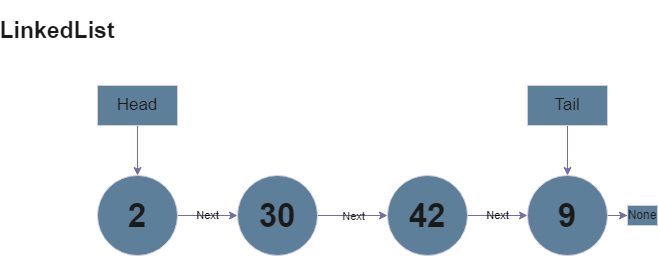
The draw.io diagram structures/linked_list.drawio.png in Burakherdogan/data_structures_and_algorithms, before a commit. Source tidied: cells renumbered, new cells last; positions are measured from the earlier drawing's top-left corner, leaving out a move shared by most shapes.
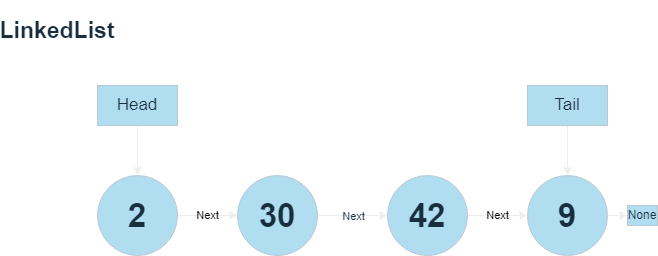
The same diagram one commit later.

What changed in the source:
```diff
@@ -2,49 +2,49 @@
   <root>
     <mxCell id="0" />
     <mxCell id="1" parent="0" />
-    <mxCell id="2" value="Next" style="edgeStyle=orthogonalEdgeStyle;rounded=0;jettySize=auto;html=1;labelBackgroundColor=none;fontColor=default;strokeColor=#736CA8;" parent="1" edge="1" source="3" target="6">
+    <mxCell id="2" value="Next" style="edgeStyle=orthogonalEdgeStyle;rounded=0;jettySize=auto;html=1;labelBackgroundColor=none;fontColor=default;strokeColor=#EEEEEE;" parent="1" edge="1" source="3" target="6">
       <mxGeometry relative="1" as="geometry" />
     </mxCell>
-    <mxCell id="3" value="&lt;b&gt;&lt;font style=&quot;font-size: 33px;&quot;&gt;2&lt;/font&gt;&lt;/b&gt;" style="ellipse;whiteSpace=wrap;html=1;labelBackgroundColor=none;fillColor=#5D7F99;strokeColor=#D0CEE2;fontColor=#1A1A1A;" parent="1" vertex="1">
+    <mxCell id="3" value="&lt;b&gt;&lt;font style=&quot;font-size: 33px;&quot;&gt;2&lt;/font&gt;&lt;/b&gt;" style="ellipse;whiteSpace=wrap;html=1;labelBackgroundColor=none;fillColor=#B1DDF0;strokeColor=#BAC8D3;fontColor=#182E3E;" parent="1" vertex="1">
       <mxGeometry x="70" y="160" width="80" height="80" as="geometry" />
     </mxCell>
-    <mxCell id="4" style="edgeStyle=orthogonalEdgeStyle;rounded=0;jettySize=auto;html=1;labelBackgroundColor=none;fontColor=default;strokeColor=#736CA8;" parent="1" edge="1" source="6" target="8">
+    <mxCell id="4" style="edgeStyle=orthogonalEdgeStyle;rounded=0;jettySize=auto;html=1;labelBackgroundColor=none;fontColor=default;strokeColor=#EEEEEE;" parent="1" edge="1" source="6" target="8">
       <mxGeometry relative="1" as="geometry" />
     </mxCell>
-    <mxCell id="5" value="Next" style="edgeLabel;html=1;align=center;verticalAlign=middle;labelBackgroundColor=none;fontColor=#1A1A1A;" parent="4" vertex="1">
+    <mxCell id="5" value="Next" style="edgeLabel;html=1;align=center;verticalAlign=middle;labelBackgroundColor=none;fontColor=#182E3E;" parent="4" vertex="1">
       <mxGeometry relative="1" as="geometry" />
     </mxCell>
-    <mxCell id="6" value="&lt;b&gt;&lt;font style=&quot;font-size: 33px;&quot;&gt;30&lt;/font&gt;&lt;/b&gt;" style="ellipse;whiteSpace=wrap;html=1;labelBackgroundColor=none;fillColor=#5D7F99;strokeColor=#D0CEE2;fontColor=#1A1A1A;" parent="1" vertex="1">
+    <mxCell id="6" value="&lt;b&gt;&lt;font style=&quot;font-size: 33px;&quot;&gt;30&lt;/font&gt;&lt;/b&gt;" style="ellipse;whiteSpace=wrap;html=1;labelBackgroundColor=none;fillColor=#B1DDF0;strokeColor=#BAC8D3;fontColor=#182E3E;" parent="1" vertex="1">
       <mxGeometry x="210" y="160" width="80" height="80" as="geometry" />
     </mxCell>
-    <mxCell id="7" value="Next" style="edgeStyle=orthogonalEdgeStyle;rounded=0;jettySize=auto;html=1;labelBackgroundColor=none;fontColor=default;strokeColor=#736CA8;" parent="1" edge="1" source="8" target="10">
+    <mxCell id="7" value="Next" style="edgeStyle=orthogonalEdgeStyle;rounded=0;jettySize=auto;html=1;labelBackgroundColor=none;fontColor=default;strokeColor=#EEEEEE;" parent="1" edge="1" source="8" target="10">
       <mxGeometry relative="1" as="geometry" />
     </mxCell>
-    <mxCell id="8" value="&lt;b&gt;&lt;font style=&quot;font-size: 33px;&quot;&gt;42&lt;/font&gt;&lt;/b&gt;" style="ellipse;whiteSpace=wrap;html=1;labelBackgroundColor=none;fillColor=#5D7F99;strokeColor=#D0CEE2;fontColor=#1A1A1A;" parent="1" vertex="1">
+    <mxCell id="8" value="&lt;b&gt;&lt;font style=&quot;font-size: 33px;&quot;&gt;42&lt;/font&gt;&lt;/b&gt;" style="ellipse;whiteSpace=wrap;html=1;labelBackgroundColor=none;fillColor=#B1DDF0;strokeColor=#BAC8D3;fontColor=#182E3E;" parent="1" vertex="1">
       <mxGeometry x="360" y="160" width="80" height="80" as="geometry" />
     </mxCell>
-    <mxCell id="9" style="edgeStyle=orthogonalEdgeStyle;rounded=0;jettySize=auto;html=1;labelBackgroundColor=none;fontColor=default;strokeColor=#736CA8;" parent="1" edge="1" source="10" target="13">
+    <mxCell id="9" style="edgeStyle=orthogonalEdgeStyle;rounded=0;jettySize=auto;html=1;labelBackgroundColor=none;fontColor=default;strokeColor=#EEEEEE;" parent="1" edge="1" source="10" target="13">
       <mxGeometry relative="1" as="geometry" />
     </mxCell>
-    <mxCell id="10" value="&lt;span style=&quot;font-size: 33px;&quot;&gt;&lt;b&gt;9&lt;/b&gt;&lt;/span&gt;" style="ellipse;whiteSpace=wrap;html=1;labelBackgroundColor=none;fillColor=#5D7F99;strokeColor=#D0CEE2;fontColor=#1A1A1A;" parent="1" vertex="1">
+    <mxCell id="10" value="&lt;span style=&quot;font-size: 33px;&quot;&gt;&lt;b&gt;9&lt;/b&gt;&lt;/span&gt;" style="ellipse;whiteSpace=wrap;html=1;labelBackgroundColor=none;fillColor=#B1DDF0;strokeColor=#BAC8D3;fontColor=#182E3E;" parent="1" vertex="1">
       <mxGeometry x="500" y="160" width="80" height="80" as="geometry" />
     </mxCell>
-    <mxCell id="11" style="edgeStyle=orthogonalEdgeStyle;rounded=0;jettySize=auto;html=1;labelBackgroundColor=none;fontColor=default;strokeColor=#736CA8;" parent="1" edge="1" source="12" target="3">
+    <mxCell id="11" style="edgeStyle=orthogonalEdgeStyle;rounded=0;jettySize=auto;html=1;labelBackgroundColor=none;fontColor=default;strokeColor=#EEEEEE;" parent="1" edge="1" source="12" target="3">
       <mxGeometry relative="1" as="geometry" />
     </mxCell>
-    <mxCell id="12" value="&lt;font style=&quot;font-size: 17px;&quot;&gt;Head&lt;/font&gt;" style="rounded=0;whiteSpace=wrap;html=1;labelBackgroundColor=none;fillColor=#5D7F99;strokeColor=#D0CEE2;fontColor=#1A1A1A;" parent="1" vertex="1">
+    <mxCell id="12" value="&lt;font style=&quot;font-size: 17px;&quot;&gt;Head&lt;/font&gt;" style="rounded=0;whiteSpace=wrap;html=1;labelBackgroundColor=none;fillColor=#B1DDF0;strokeColor=#BAC8D3;fontColor=#182E3E;" parent="1" vertex="1">
       <mxGeometry x="70" y="70" width="80" height="40" as="geometry" />
     </mxCell>
-    <mxCell id="13" value="None" style="whiteSpace=wrap;html=1;labelBackgroundColor=none;fillColor=#5D7F99;strokeColor=#D0CEE2;fontColor=#1A1A1A;" parent="1" vertex="1">
+    <mxCell id="13" value="None" style="whiteSpace=wrap;html=1;labelBackgroundColor=none;fillColor=#B1DDF0;strokeColor=#BAC8D3;fontColor=#182E3E;" parent="1" vertex="1">
       <mxGeometry x="600" y="190" width="30" height="20" as="geometry" />
     </mxCell>
-    <mxCell id="14" style="edgeStyle=orthogonalEdgeStyle;rounded=0;jettySize=auto;html=1;labelBackgroundColor=none;fontColor=default;strokeColor=#736CA8;" parent="1" edge="1" source="15" target="10">
+    <mxCell id="14" style="edgeStyle=orthogonalEdgeStyle;rounded=0;jettySize=auto;html=1;labelBackgroundColor=none;fontColor=default;strokeColor=#EEEEEE;" parent="1" edge="1" source="15" target="10">
       <mxGeometry relative="1" as="geometry" />
     </mxCell>
-    <mxCell id="15" value="&lt;font style=&quot;font-size: 17px;&quot;&gt;Tail&lt;/font&gt;" style="rounded=0;whiteSpace=wrap;html=1;labelBackgroundColor=none;fillColor=#5D7F99;strokeColor=#D0CEE2;fontColor=#1A1A1A;" parent="1" vertex="1">
+    <mxCell id="15" value="&lt;font style=&quot;font-size: 17px;&quot;&gt;Tail&lt;/font&gt;" style="rounded=0;whiteSpace=wrap;html=1;labelBackgroundColor=none;fillColor=#B1DDF0;strokeColor=#BAC8D3;fontColor=#182E3E;" parent="1" vertex="1">
       <mxGeometry x="500" y="70" width="80" height="40" as="geometry" />
     </mxCell>
-    <mxCell id="16" value="&lt;h1&gt;&lt;font face=&quot;Helvetica&quot; style=&quot;font-size: 23px;&quot;&gt;LinkedList&lt;/font&gt;&lt;/h1&gt;" style="text;html=1;strokeColor=none;fillColor=none;align=center;verticalAlign=middle;whiteSpace=wrap;rounded=0;labelBackgroundColor=none;fontColor=#1A1A1A;" parent="1" vertex="1">
+    <mxCell id="16" value="&lt;h1&gt;&lt;font face=&quot;Helvetica&quot; style=&quot;font-size: 23px;&quot;&gt;LinkedList&lt;/font&gt;&lt;/h1&gt;" style="text;html=1;strokeColor=none;fillColor=none;align=center;verticalAlign=middle;whiteSpace=wrap;rounded=0;labelBackgroundColor=none;fontColor=#182E3E;" parent="1" vertex="1">
       <mxGeometry width="60" height="30" as="geometry" />
     </mxCell>
   </root>
```
